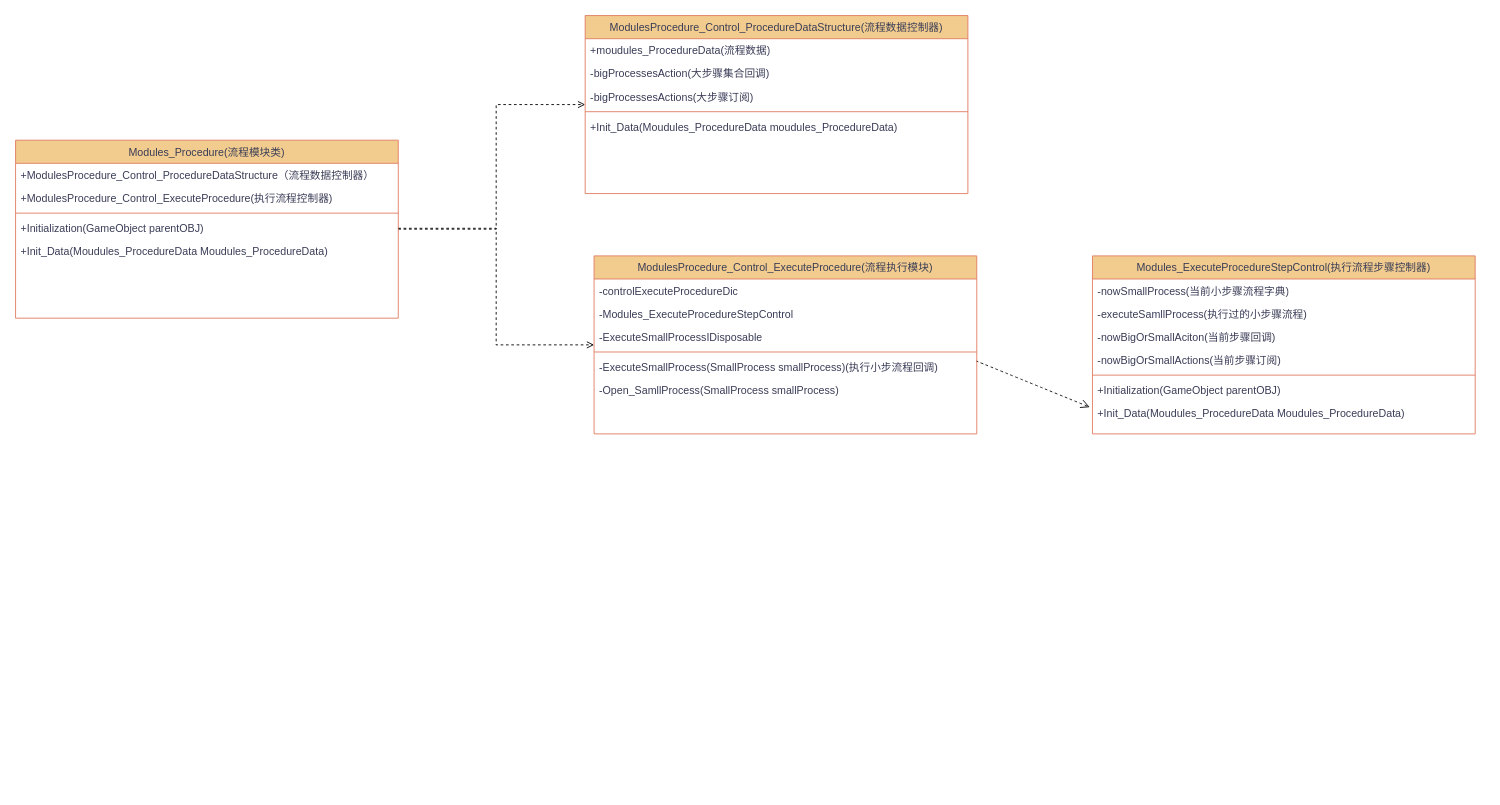
Before: Obosky/Assemble.drawio in guiyewang/draw.io, a draw.io diagram. Source tidied: cells renumbered, new cells numbered last; positions are measured from the earlier drawing's top-left corner, leaving out a move shared by most shapes. Both pictures are drawn from the tidied source at 89%, with x=0, y=0 at pixel (15, 15).
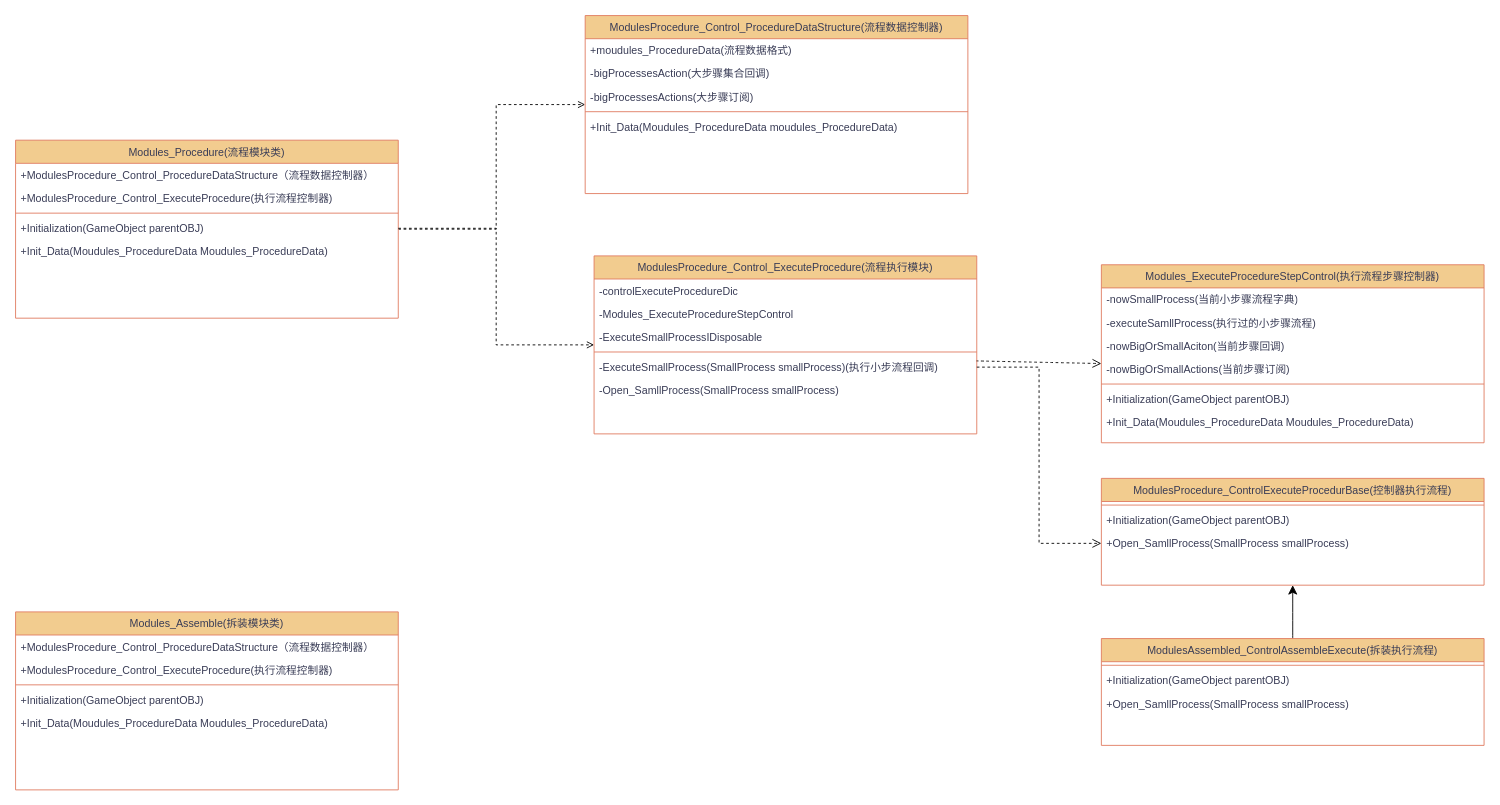
Above is the later version.

Unchanged cells that the change refers to:
```xml
<mxCell id="9" value="ModulesProcedure_Control_ProcedureDataStructure(流程数据控制器)" style="swimlane;fontStyle=0;align=center;verticalAlign=top;horizontal=1;startSize=26;rounded=0;shadow=0;strokeWidth=1;labelBackgroundColor=none;fillColor=#F2CC8F;strokeColor=#E07A5F;fontColor=#393C56;whiteSpace=wrap;" parent="1" vertex="1">
  <mxGeometry x="640" width="430" height="200" as="geometry" />
</mxCell>
<mxCell id="21" value="-ExecuteSmallProcess(SmallProcess smallProcess)(执行小步流程回调)" style="text;align=left;verticalAlign=top;spacingLeft=4;spacingRight=4;overflow=hidden;points=[[0,0.5],[1,0.5]];portConstraint=eastwest;labelBackgroundColor=none;fontColor=#393C56;rounded=0;" parent="16" vertex="1">
  <mxGeometry y="112" width="430" height="26" as="geometry" />
</mxCell>
<mxCell id="27" value="-nowBigOrSmallAciton(当前步骤回调)" style="text;align=left;verticalAlign=top;spacingLeft=4;spacingRight=4;overflow=hidden;points=[[0,0.5],[1,0.5]];portConstraint=eastwest;rounded=0;shadow=0;html=0;labelBackgroundColor=none;fontColor=#393C56;" parent="24" vertex="1">
  <mxGeometry y="78" width="430" height="26" as="geometry" />
</mxCell>
<mxCell id="30" value="+Initialization(GameObject parentOBJ)" style="text;align=left;verticalAlign=top;spacingLeft=4;spacingRight=4;overflow=hidden;points=[[0,0.5],[1,0.5]];portConstraint=eastwest;labelBackgroundColor=none;fontColor=#393C56;rounded=0;" parent="24" vertex="1">
  <mxGeometry y="138" width="430" height="26" as="geometry" />
</mxCell>
```

The edit, as a diff of the source:
```diff
@@
-    <mxCell id="10" value="+moudules_ProcedureData(流程数据)" style="text;align=left;verticalAlign=top;spacingLeft=4;spacingRight=4;overflow=hidden;labelBackgroundColor=none;fontColor=#393C56;rounded=0;whiteSpace=wrap;" parent="9" vertex="1">
+    <mxCell id="10" value="+moudules_ProcedureData(流程数据格式)" style="text;align=left;verticalAlign=top;spacingLeft=4;spacingRight=4;overflow=hidden;labelBackgroundColor=none;fontColor=#393C56;rounded=0;whiteSpace=wrap;" parent="9" vertex="1">
       <mxGeometry y="26" width="430" height="26" as="geometry" />
     </mxCell>
@@
-    <mxCell id="15" style="edgeStyle=none;curved=1;rounded=0;jettySize=auto;html=1;fontSize=12;startSize=8;endSize=8;dashed=1;endArrow=open;endFill=0;exitX=0.998;exitY=0.231;exitDx=0;exitDy=0;exitPerimeter=0;entryX=-0.007;entryY=1.231;entryDx=0;entryDy=0;entryPerimeter=0;" parent="1" edge="1" source="21" target="30">
+    <mxCell id="15" style="edgeStyle=none;curved=1;rounded=0;jettySize=auto;html=1;fontSize=12;startSize=8;endSize=8;dashed=1;endArrow=open;endFill=0;exitX=0.998;exitY=0.231;exitDx=0;exitDy=0;exitPerimeter=0;entryX=0;entryY=1.269;entryDx=0;entryDy=0;entryPerimeter=0;" parent="1" edge="1" source="21" target="27">
       <mxGeometry relative="1" as="geometry" />
     </mxCell>
@@
     <mxCell id="24" value="Modules_ExecuteProcedureStepControl(执行流程步骤控制器)" style="swimlane;fontStyle=0;align=center;verticalAlign=top;horizontal=1;startSize=26;rounded=0;shadow=0;strokeWidth=1;labelBackgroundColor=none;fillColor=#F2CC8F;strokeColor=#E07A5F;fontColor=#393C56;whiteSpace=wrap;" parent="1" vertex="1">
-      <mxGeometry x="1210" y="270" width="430" height="200" as="geometry" />
+      <mxGeometry x="1220" y="280" width="430" height="200" as="geometry" />
     </mxCell>
@@
+    <mxCell id="32" value="ModulesProcedure_ControlExecuteProcedurBase(控制器执行流程)" style="swimlane;fontStyle=0;align=center;verticalAlign=top;horizontal=1;startSize=26;rounded=0;shadow=0;strokeWidth=1;labelBackgroundColor=none;fillColor=#F2CC8F;strokeColor=#E07A5F;fontColor=#393C56;whiteSpace=wrap;" parent="1" vertex="1">
+      <mxGeometry x="1220" y="520" width="430" height="120" as="geometry" />
+    </mxCell>
+    <mxCell id="33" style="line;html=1;strokeWidth=1;align=left;verticalAlign=middle;spacingTop=-1;spacingLeft=3;spacingRight=3;labelPosition=right;labelBackgroundColor=none;fillColor=#F2CC8F;strokeColor=#E07A5F;fontColor=#393C56;rounded=0;" parent="32" vertex="1">
+      <mxGeometry y="26" width="430" height="8" as="geometry" />
+    </mxCell>
+    <mxCell id="34" value="+Initialization(GameObject parentOBJ)" style="text;align=left;verticalAlign=top;spacingLeft=4;spacingRight=4;overflow=hidden;labelBackgroundColor=none;fontColor=#393C56;rounded=0;" parent="32" vertex="1">
+      <mxGeometry y="34" width="430" height="26" as="geometry" />
+    </mxCell>
+    <mxCell id="35" value="+Open_SamllProcess(SmallProcess smallProcess)" style="text;align=left;verticalAlign=top;spacingLeft=4;spacingRight=4;overflow=hidden;points=[[0,0.5],[1,0.5]];portConstraint=eastwest;labelBackgroundColor=none;fontColor=#393C56;rounded=0;" parent="32" vertex="1">
+      <mxGeometry y="60" width="430" height="26" as="geometry" />
+    </mxCell>
+    <mxCell id="36" style="edgeStyle=orthogonalEdgeStyle;rounded=0;jettySize=auto;html=1;exitX=1;exitY=0.5;exitDx=0;exitDy=0;entryX=0;entryY=0.5;entryDx=0;entryDy=0;fontSize=12;startSize=8;endSize=8;dashed=1;endArrow=open;endFill=0;" parent="1" edge="1" source="21" target="35">
+      <mxGeometry relative="1" as="geometry" />
+    </mxCell>
+    <mxCell id="37" style="edgeStyle=none;curved=1;rounded=0;jettySize=auto;html=1;exitX=0.5;exitY=0;exitDx=0;exitDy=0;entryX=0.5;entryY=1;entryDx=0;entryDy=0;fontSize=12;startSize=8;endSize=8;" parent="1" edge="1" source="38" target="32">
+      <mxGeometry relative="1" as="geometry" />
+    </mxCell>
+    <mxCell id="38" value="ModulesAssembled_ControlAssembleExecute(拆装执行流程)" style="swimlane;fontStyle=0;align=center;verticalAlign=top;horizontal=1;startSize=26;rounded=0;shadow=0;strokeWidth=1;labelBackgroundColor=none;fillColor=#F2CC8F;strokeColor=#E07A5F;fontColor=#393C56;whiteSpace=wrap;" parent="1" vertex="1">
+      <mxGeometry x="1220" y="700" width="430" height="120" as="geometry" />
+    </mxCell>
+    <mxCell id="39" style="line;html=1;strokeWidth=1;align=left;verticalAlign=middle;spacingTop=-1;spacingLeft=3;spacingRight=3;labelPosition=right;labelBackgroundColor=none;fillColor=#F2CC8F;strokeColor=#E07A5F;fontColor=#393C56;rounded=0;" parent="38" vertex="1">
+      <mxGeometry y="26" width="430" height="8" as="geometry" />
+    </mxCell>
+    <mxCell id="40" value="+Initialization(GameObject parentOBJ)" style="text;align=left;verticalAlign=top;spacingLeft=4;spacingRight=4;overflow=hidden;labelBackgroundColor=none;fontColor=#393C56;rounded=0;" parent="38" vertex="1">
+      <mxGeometry y="34" width="430" height="26" as="geometry" />
+    </mxCell>
+    <mxCell id="41" value="+Open_SamllProcess(SmallProcess smallProcess)" style="text;align=left;verticalAlign=top;spacingLeft=4;spacingRight=4;overflow=hidden;labelBackgroundColor=none;fontColor=#393C56;rounded=0;" parent="38" vertex="1">
+      <mxGeometry y="60" width="430" height="26" as="geometry" />
+    </mxCell>
+    <mxCell id="42" value="Modules_Assemble(拆装模块类)" style="swimlane;fontStyle=0;align=center;verticalAlign=top;horizontal=1;startSize=26;rounded=0;shadow=0;strokeWidth=1;labelBackgroundColor=none;fillColor=#F2CC8F;strokeColor=#E07A5F;fontColor=#393C56;whiteSpace=wrap;" parent="1" vertex="1">
+      <mxGeometry y="670" width="430" height="200" as="geometry" />
+    </mxCell>
+    <mxCell id="43" value="+ModulesProcedure_Control_ProcedureDataStructure（流程数据控制器）" style="text;align=left;verticalAlign=top;spacingLeft=4;spacingRight=4;overflow=hidden;labelBackgroundColor=none;fontColor=#393C56;rounded=0;whiteSpace=wrap;" parent="42" vertex="1">
+      <mxGeometry y="26" width="430" height="26" as="geometry" />
+    </mxCell>
+    <mxCell id="44" value="+ModulesProcedure_Control_ExecuteProcedure(执行流程控制器)" style="text;align=left;verticalAlign=top;spacingLeft=4;spacingRight=4;overflow=hidden;rounded=0;shadow=0;html=0;labelBackgroundColor=none;fontColor=#393C56;" parent="42" vertex="1">
+      <mxGeometry y="52" width="430" height="26" as="geometry" />
+    </mxCell>
+    <mxCell id="45" style="line;html=1;strokeWidth=1;align=left;verticalAlign=middle;spacingTop=-1;spacingLeft=3;spacingRight=3;labelPosition=right;labelBackgroundColor=none;fillColor=#F2CC8F;strokeColor=#E07A5F;fontColor=#393C56;rounded=0;" parent="42" vertex="1">
+      <mxGeometry y="78" width="430" height="8" as="geometry" />
+    </mxCell>
+    <mxCell id="46" value="+Initialization(GameObject parentOBJ)" style="text;align=left;verticalAlign=top;spacingLeft=4;spacingRight=4;overflow=hidden;labelBackgroundColor=none;fontColor=#393C56;rounded=0;" parent="42" vertex="1">
+      <mxGeometry y="86" width="430" height="26" as="geometry" />
+    </mxCell>
+    <mxCell id="47" value="+Init_Data(Moudules_ProcedureData Moudules_ProcedureData)" style="text;align=left;verticalAlign=top;spacingLeft=4;spacingRight=4;overflow=hidden;labelBackgroundColor=none;fontColor=#393C56;rounded=0;" parent="42" vertex="1">
+      <mxGeometry y="112" width="430" height="26" as="geometry" />
+    </mxCell>
```
